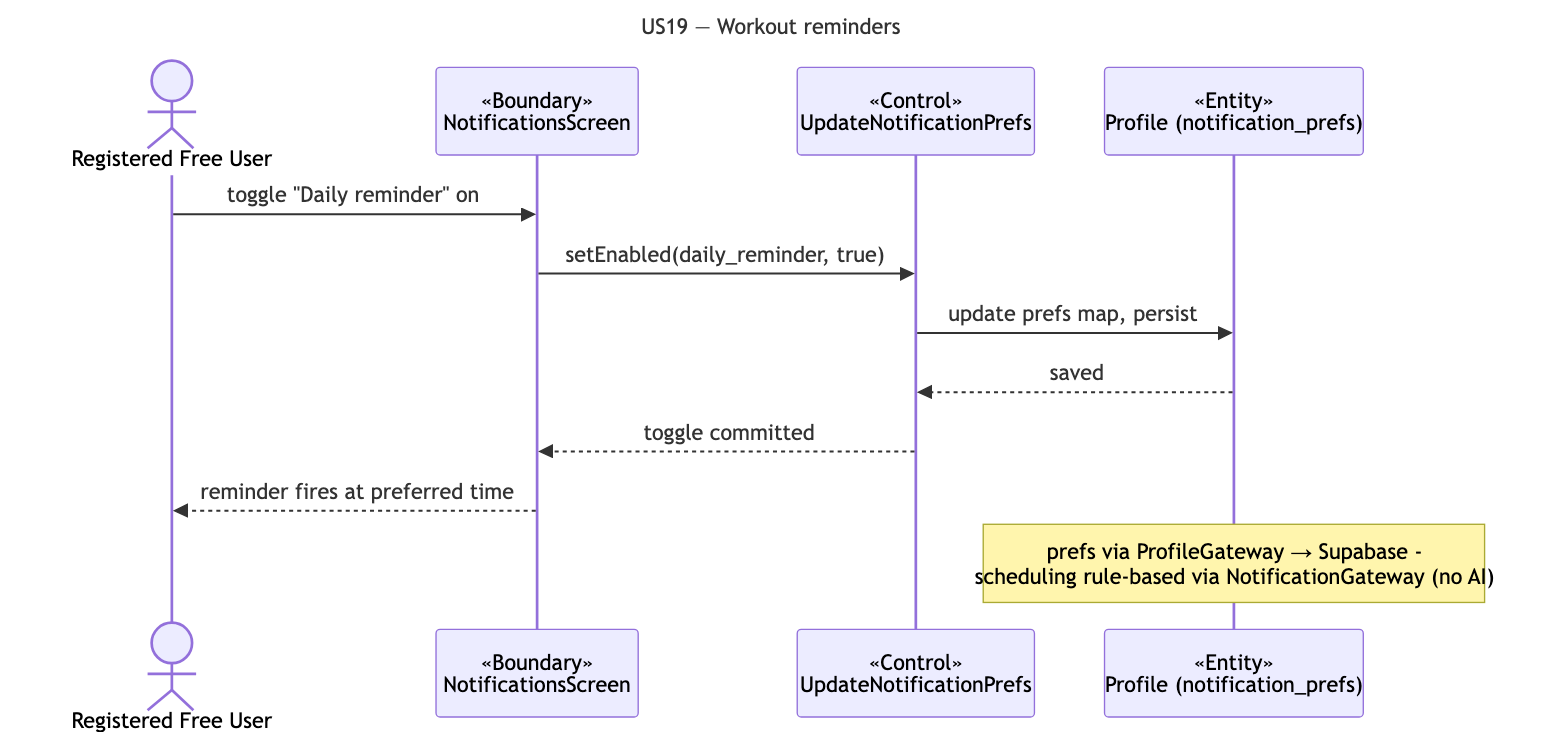
The Mermaid diagram docs/deliverables/sequence-diagrams/US19-workout-reminders.png in cyuanjun/FYP-26-S2-37-app, before a commit. Its source is kept beside it as docs/deliverables/sequence-diagrams/src/US19-workout-reminders.mmd.
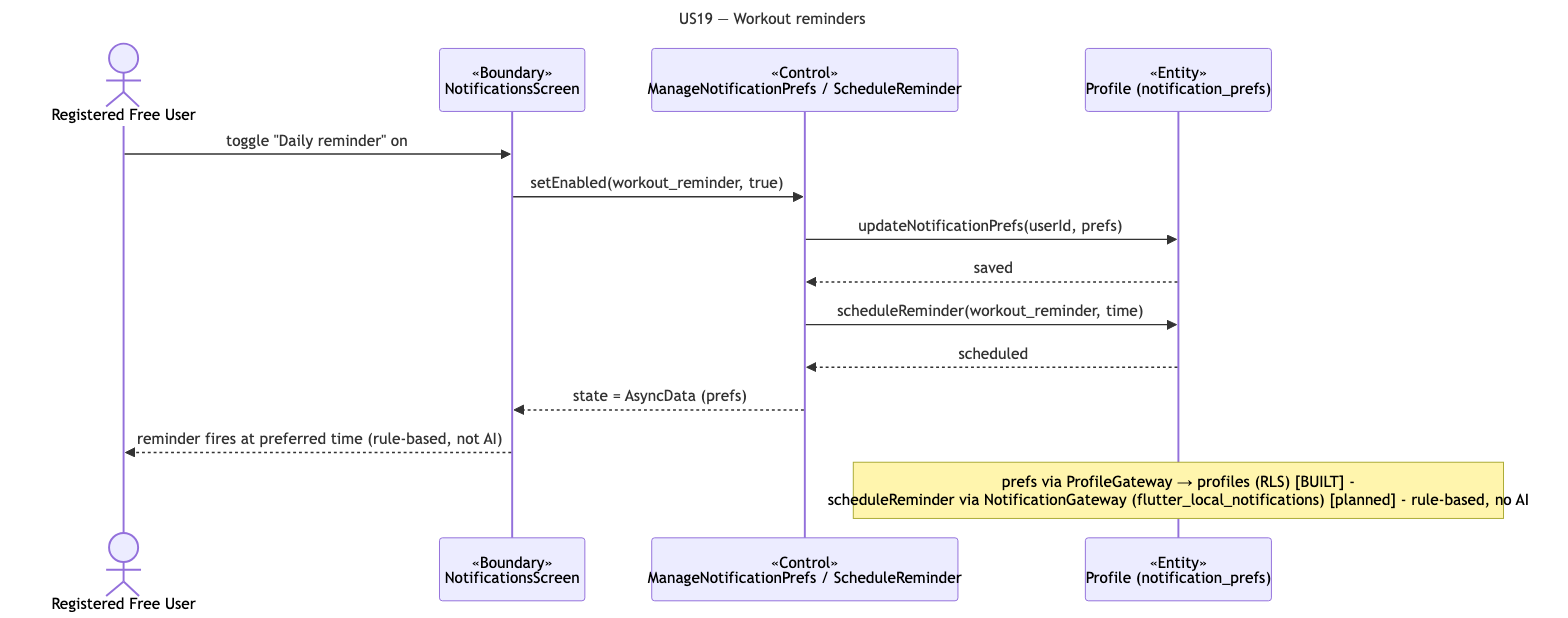
Above is the later version.

What changed in the source:
```diff
@@ -4,12 +4,14 @@
 sequenceDiagram
   actor A as Registered Free User
   participant B as «Boundary»<br/>NotificationsScreen
-  participant C as «Control»<br/>UpdateNotificationPrefs
+  participant C as «Control»<br/>ManageNotificationPrefs / ScheduleReminder
   participant E as «Entity»<br/>Profile (notification_prefs)
   A->>B: toggle "Daily reminder" on
-  B->>C: setEnabled(daily_reminder, true)
-  C->>E: update prefs map, persist
+  B->>C: setEnabled(workout_reminder, true)
+  C->>E: updateNotificationPrefs(userId, prefs)
   E-->>C: saved
-  C-->>B: toggle committed
-  B-->>A: reminder fires at preferred time
-  note over E: prefs via ProfileGateway → Supabase -<br/>scheduling rule-based via NotificationGateway (no AI)
+  C->>E: scheduleReminder(workout_reminder, time)
+  E-->>C: scheduled
+  C-->>B: state = AsyncData (prefs)
+  B-->>A: reminder fires at preferred time (rule-based, not AI)
+  note over E: prefs via ProfileGateway → profiles (RLS) [BUILT] -<br/>scheduleReminder via NotificationGateway (flutter_local_notifications) [planned] - rule-based, no AI
```
